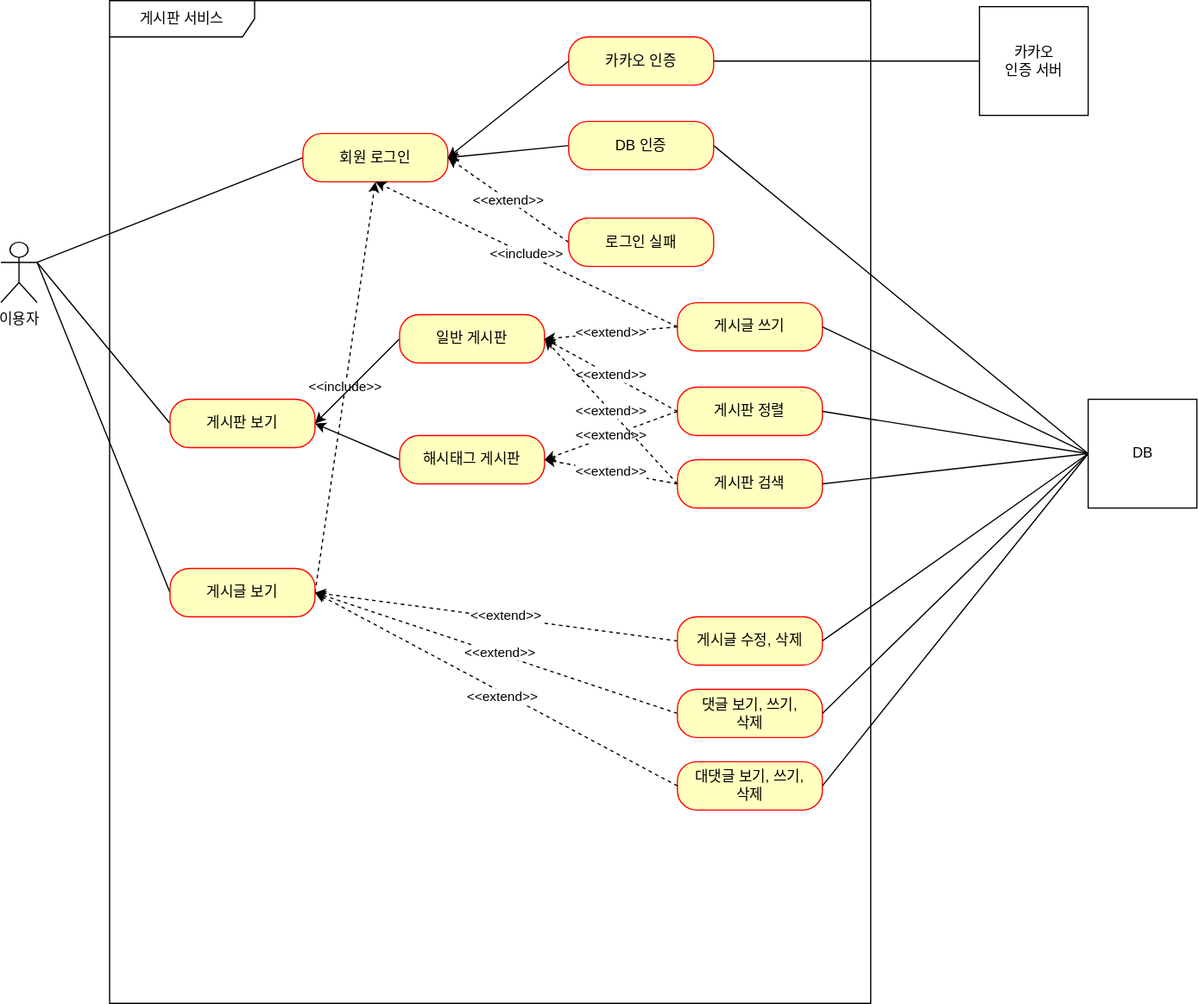
Before: document/use-case.drawio.svg, a diagram exported from draw.io (BBlack-Hun/fastcampus-project-board). Source tidied: cells renumbered, new cells last; positions are measured from the earlier drawing's top-left corner, leaving out a move shared by most shapes.
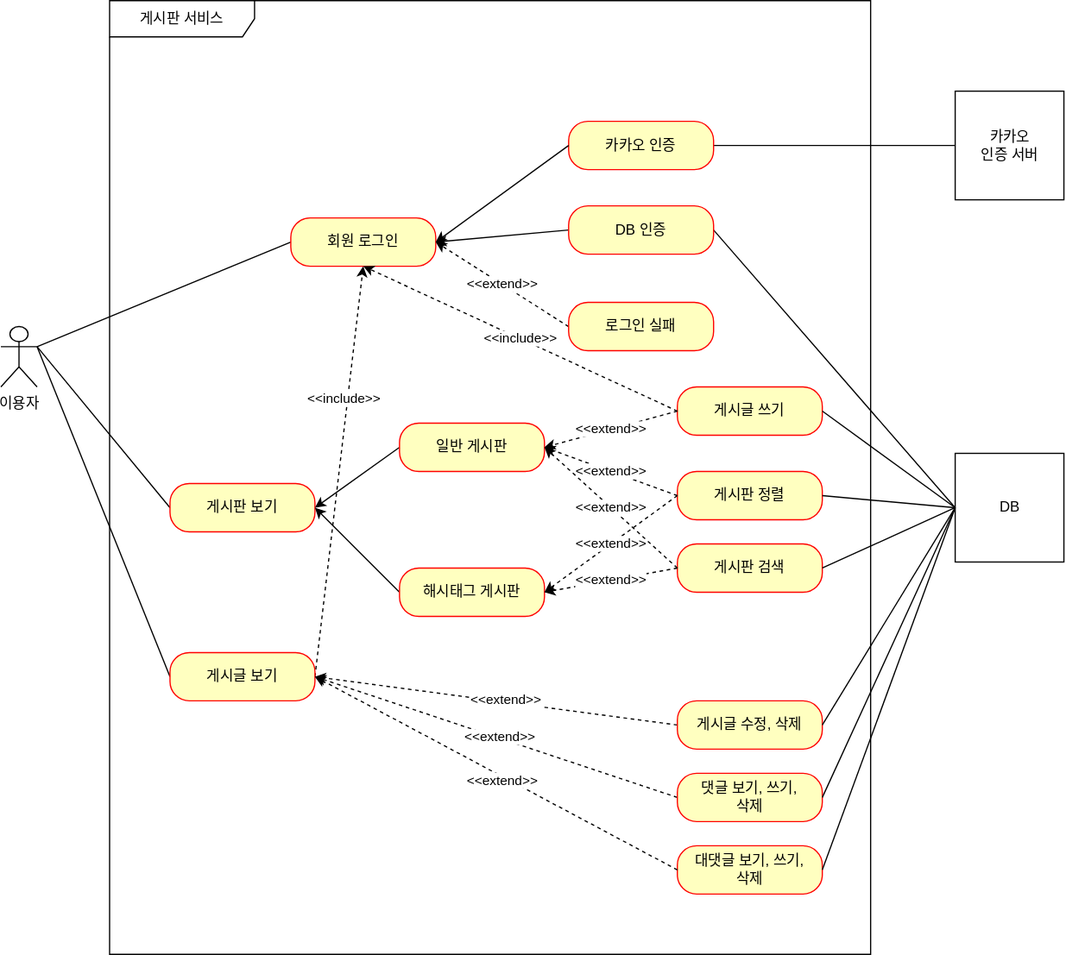
The same file after the commit.

Commit message:
#62 - use-case.svg: 현재 서비스 상황에 맞춰 업데이트

Diff of the diagram source:
```diff
@@ -6,7 +6,7 @@
       <mxGeometry y="200" width="30" height="50" as="geometry" />
     </mxCell>
     <mxCell id="3" value="게시판 서비스" style="shape=umlFrame;whiteSpace=wrap;html=1;width=120;height=30;" parent="1" vertex="1">
-      <mxGeometry x="90" width="630" height="830" as="geometry" />
+      <mxGeometry x="90" y="-70" width="630" height="790" as="geometry" />
     </mxCell>
     <mxCell id="4" style="edgeStyle=none;rounded=0;jettySize=auto;html=1;exitX=0;exitY=0.5;exitDx=0;exitDy=0;entryX=1;entryY=0.3333333333333333;entryDx=0;entryDy=0;entryPerimeter=0;endArrow=none;endFill=0;" parent="1" edge="1" source="5" target="2">
       <mxGeometry relative="1" as="geometry" />
@@ -17,9 +17,12 @@
     <mxCell id="6" style="edgeStyle=none;rounded=0;jettySize=auto;html=1;exitX=0;exitY=0.5;exitDx=0;exitDy=0;endArrow=none;endFill=0;entryX=1;entryY=0.3333333333333333;entryDx=0;entryDy=0;entryPerimeter=0;" parent="1" edge="1" source="8" target="2">
       <mxGeometry relative="1" as="geometry" />
     </mxCell>
-    <mxCell id="7" value="&amp;lt;&amp;lt;include&amp;gt;&amp;gt;" style="edgeStyle=none;rounded=0;jettySize=auto;html=1;exitX=1;exitY=0.5;exitDx=0;exitDy=0;entryX=0.5;entryY=1;entryDx=0;entryDy=0;dashed=1;startArrow=none;startFill=0;endArrow=classic;endFill=1;" parent="1" edge="1" source="8" target="10">
+    <mxCell id="7" style="edgeStyle=none;rounded=0;jettySize=auto;html=1;exitX=1;exitY=0.5;exitDx=0;exitDy=0;entryX=0.5;entryY=1;entryDx=0;entryDy=0;dashed=1;startArrow=none;startFill=0;endArrow=classic;endFill=1;" parent="1" edge="1" source="8" target="10">
       <mxGeometry relative="1" as="geometry" />
     </mxCell>
+    <mxCell id="49" value="&amp;lt;&amp;lt;include&amp;gt;&amp;gt;" style="edgeLabel;html=1;align=center;verticalAlign=middle;" parent="7" vertex="1">
+      <mxGeometry x="0.35" y="3" relative="1" as="geometry" />
+    </mxCell>
     <mxCell id="8" value="게시글 보기" style="rounded=1;whiteSpace=wrap;html=1;arcSize=40;fontColor=#000000;fillColor=#ffffc0;strokeColor=#ff0000;" parent="1" vertex="1">
       <mxGeometry x="140" y="470" width="120" height="40" as="geometry" />
     </mxCell>
@@ -27,7 +30,7 @@
       <mxGeometry relative="1" as="geometry" />
     </mxCell>
     <mxCell id="10" value="회원 로그인" style="rounded=1;whiteSpace=wrap;html=1;arcSize=40;fontColor=#000000;fillColor=#ffffc0;strokeColor=#ff0000;" parent="1" vertex="1">
-      <mxGeometry x="250" y="110" width="120" height="40" as="geometry" />
+      <mxGeometry x="240" y="110" width="120" height="40" as="geometry" />
     </mxCell>
     <mxCell id="11" style="edgeStyle=none;rounded=0;jettySize=auto;html=1;exitX=0;exitY=0.5;exitDx=0;exitDy=0;entryX=1;entryY=0.5;entryDx=0;entryDy=0;endArrow=classic;endFill=1;startArrow=none;startFill=0;" parent="1" edge="1" source="13" target="10">
       <mxGeometry relative="1" as="geometry" />
@@ -48,13 +51,13 @@
       <mxGeometry relative="1" as="geometry" />
     </mxCell>
     <mxCell id="17" value="일반 게시판" style="rounded=1;whiteSpace=wrap;html=1;arcSize=40;fontColor=#000000;fillColor=#ffffc0;strokeColor=#ff0000;" parent="1" vertex="1">
-      <mxGeometry x="330" y="260" width="120" height="40" as="geometry" />
+      <mxGeometry x="330" y="280" width="120" height="40" as="geometry" />
     </mxCell>
     <mxCell id="18" style="edgeStyle=none;rounded=0;jettySize=auto;html=1;exitX=0;exitY=0.5;exitDx=0;exitDy=0;entryX=1;entryY=0.5;entryDx=0;entryDy=0;startArrow=none;startFill=0;endArrow=classic;endFill=1;" parent="1" edge="1" source="19" target="5">
       <mxGeometry relative="1" as="geometry" />
     </mxCell>
     <mxCell id="19" value="해시태그 게시판" style="rounded=1;whiteSpace=wrap;html=1;arcSize=40;fontColor=#000000;fillColor=#ffffc0;strokeColor=#ff0000;" parent="1" vertex="1">
-      <mxGeometry x="330" y="360" width="120" height="40" as="geometry" />
+      <mxGeometry x="330" y="400" width="120" height="40" as="geometry" />
     </mxCell>
     <mxCell id="20" style="edgeStyle=none;rounded=0;jettySize=auto;html=1;exitX=0;exitY=0.5;exitDx=0;exitDy=0;entryX=1;entryY=0.5;entryDx=0;entryDy=0;dashed=1;startArrow=none;startFill=0;endArrow=classic;endFill=1;" parent="1" edge="1" source="29" target="8">
       <mxGeometry relative="1" as="geometry" />
@@ -69,7 +72,7 @@
       <mxGeometry x="-0.02" y="-1" relative="1" as="geometry" />
     </mxCell>
     <mxCell id="24" value="DB" style="html=1;" parent="1" vertex="1">
-      <mxGeometry x="900" y="330" width="90" height="90" as="geometry" />
+      <mxGeometry x="790" y="305" width="90" height="90" as="geometry" />
     </mxCell>
     <mxCell id="25" style="edgeStyle=orthogonalEdgeStyle;rounded=0;jettySize=auto;html=1;exitX=1;exitY=0.5;exitDx=0;exitDy=0;entryX=0;entryY=0.5;entryDx=0;entryDy=0;startArrow=none;startFill=0;endArrow=none;endFill=0;" parent="1" edge="1" source="26" target="28">
       <mxGeometry relative="1" as="geometry" />
@@ -81,7 +84,7 @@
       <mxGeometry relative="1" as="geometry" />
     </mxCell>
     <mxCell id="28" value="카카오&lt;br&gt;인증 서버" style="html=1;" parent="1" vertex="1">
-      <mxGeometry x="810" y="5" width="90" height="90" as="geometry" />
+      <mxGeometry x="790" y="5" width="90" height="90" as="geometry" />
     </mxCell>
     <mxCell id="29" value="게시글 수정, 삭제" style="rounded=1;whiteSpace=wrap;html=1;arcSize=40;fontColor=#000000;fillColor=#ffffc0;strokeColor=#ff0000;" parent="1" vertex="1">
       <mxGeometry x="560" y="510" width="120" height="40" as="geometry" />
```
